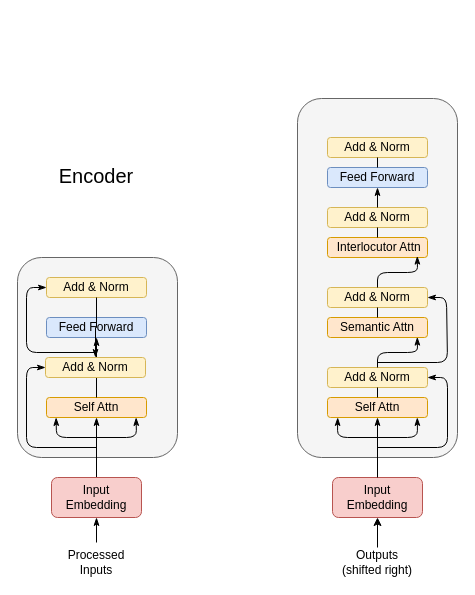
The draw.io diagram Untitled Diagram.drawio in GeiduanLiu/Q-Learning-for-Cartpole-V1, before the edit. Source tidied: cells renumbered, new cells numbered last; positions are measured from the earlier drawing's top-left corner, leaving out a move shared by most shapes. Both pictures are drawn from the tidied source at 100%, with x=0, y=0 at pixel (17, 98).
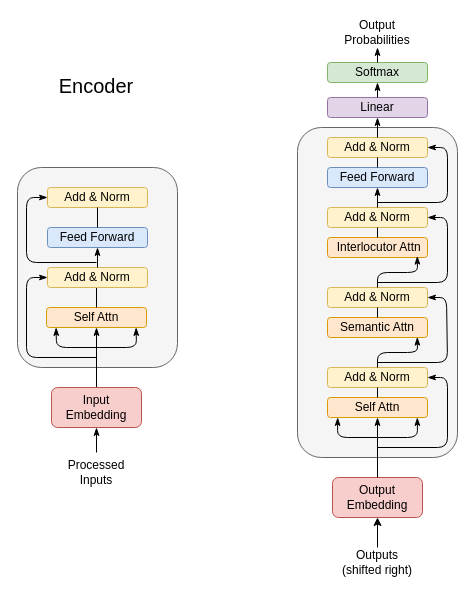
The same diagram, later.

Unchanged cells that the change refers to:
```xml
<mxCell id="26" value="Add &amp;amp; Norm" style="rounded=1;whiteSpace=wrap;html=1;fillColor=#fff2cc;strokeColor=#d6b656;" parent="1" vertex="1">
  <mxGeometry x="310" y="109" width="100" height="20" as="geometry" />
</mxCell>
<mxCell id="28" value="Add &amp;amp; Norm" style="rounded=1;whiteSpace=wrap;html=1;fillColor=#fff2cc;strokeColor=#d6b656;" parent="1" vertex="1">
  <mxGeometry x="310" y="39" width="100" height="20" as="geometry" />
</mxCell>
```

What changed in the source:
```diff
@@
     <mxCell id="2" style="rounded=1;whiteSpace=wrap;html=1;fillColor=#f5f5f5;strokeColor=#666666;fontColor=#333333;" parent="1" vertex="1">
-      <mxGeometry y="159" width="160" height="200" as="geometry" />
+      <mxGeometry y="69" width="160" height="200" as="geometry" />
     </mxCell>
     <mxCell id="3" value="Self Attn" style="rounded=1;whiteSpace=wrap;html=1;fillColor=#ffe6cc;strokeColor=#d79b00;" parent="1" vertex="1">
-      <mxGeometry x="29" y="299" width="100" height="20" as="geometry" />
+      <mxGeometry x="29" y="209" width="100" height="20" as="geometry" />
     </mxCell>
     <mxCell id="4" value="Feed Forward" style="rounded=1;whiteSpace=wrap;html=1;fillColor=#dae8fc;strokeColor=#6c8ebf;" parent="1" vertex="1">
-      <mxGeometry x="29" y="219" width="100" height="20" as="geometry" />
+      <mxGeometry x="30" y="129" width="100" height="20" as="geometry" />
     </mxCell>
-    <mxCell id="5" style="edgeStyle=orthogonalEdgeStyle;rounded=0;jettySize=auto;html=1;fontSize=12;endArrow=classicThin;endFill=1;strokeWidth=1;" parent="1" edge="1" source="6" target="15">
-      <mxGeometry relative="1" as="geometry" />
-    </mxCell>
     <mxCell id="6" value="Add &amp;amp; Norm" style="rounded=1;whiteSpace=wrap;html=1;fillColor=#fff2cc;strokeColor=#d6b656;" parent="1" vertex="1">
-      <mxGeometry x="29" y="179" width="100" height="20" as="geometry" />
+      <mxGeometry x="30" y="89" width="100" height="20" as="geometry" />
     </mxCell>
     <mxCell id="7" style="endArrow=none;html=1;exitX=0.5;exitY=0;exitDx=0;exitDy=0;entryX=0.5;entryY=1;entryDx=0;entryDy=0;" parent="1" edge="1" source="3">
       <mxGeometry relative="1" as="geometry">
-        <mxPoint x="79" y="279" as="targetPoint" />
+        <mxPoint x="79" y="189" as="targetPoint" />
       </mxGeometry>
     </mxCell>
-    <mxCell id="8" style="endArrow=classicThin;html=1;exitX=0.5;exitY=0;exitDx=0;exitDy=0;entryX=0.5;entryY=1;entryDx=0;entryDy=0;endFill=1;" parent="1" edge="1" target="4">
-      <mxGeometry relative="1" as="geometry">
-        <mxPoint x="79" y="259" as="sourcePoint" />
-      </mxGeometry>
-    </mxCell>
@@
     <mxCell id="11" value="Input Embedding" style="rounded=1;whiteSpace=wrap;html=1;fillColor=#f8cecc;strokeColor=#b85450;" parent="1" vertex="1">
-      <mxGeometry x="34" y="379" width="90" height="40" as="geometry" />
+      <mxGeometry x="34" y="289" width="90" height="40" as="geometry" />
     </mxCell>
     <mxCell id="12" style="endArrow=classicThin;html=1;strokeWidth=1;entryX=0.5;entryY=1;entryDx=0;entryDy=0;endFill=1;" parent="1" edge="1" target="11">
       <mxGeometry relative="1" as="geometry">
-        <mxPoint x="79" y="444" as="sourcePoint" />
+        <mxPoint x="79" y="354" as="sourcePoint" />
       </mxGeometry>
     </mxCell>
     <mxCell id="13" value="Processed Inputs" style="text;html=1;strokeColor=none;fillColor=none;align=center;verticalAlign=middle;whiteSpace=wrap;rounded=0;" parent="1" vertex="1">
-      <mxGeometry x="39" y="449" width="80" height="30" as="geometry" />
+      <mxGeometry x="39" y="359" width="80" height="30" as="geometry" />
     </mxCell>
     <mxCell id="14" value="Encoder" style="text;html=1;strokeColor=none;fillColor=none;align=center;verticalAlign=middle;whiteSpace=wrap;rounded=0;fontSize=20;" parent="1" vertex="1">
-      <mxGeometry x="54" y="67" width="50" height="20" as="geometry" />
+      <mxGeometry x="54" y="-23" width="50" height="20" as="geometry" />
     </mxCell>
     <mxCell id="15" value="Add &amp;amp; Norm" style="rounded=1;whiteSpace=wrap;html=1;fillColor=#fff2cc;strokeColor=#d6b656;" parent="1" vertex="1">
-      <mxGeometry x="28" y="259" width="100" height="20" as="geometry" />
+      <mxGeometry x="30" y="169" width="100" height="20" as="geometry" />
     </mxCell>
     <mxCell id="16" style="endArrow=classicThin;html=1;fontSize=12;strokeWidth=1;entryX=0.096;entryY=1;entryDx=0;entryDy=0;entryPerimeter=0;endFill=1;" parent="1" edge="1" target="3">
       <mxGeometry relative="1" as="geometry">
-        <mxPoint x="79" y="339" as="sourcePoint" />
+        <mxPoint x="79" y="249" as="sourcePoint" />
         <Array as="points">
-          <mxPoint x="39" y="339" />
+          <mxPoint x="39" y="249" />
         </Array>
       </mxGeometry>
     </mxCell>
     <mxCell id="17" style="endArrow=classicThin;html=1;fontSize=12;strokeWidth=1;entryX=0.896;entryY=1;entryDx=0;entryDy=0;entryPerimeter=0;endFill=1;" parent="1" edge="1" target="3">
       <mxGeometry relative="1" as="geometry">
-        <mxPoint x="79" y="339" as="sourcePoint" />
+        <mxPoint x="79" y="249" as="sourcePoint" />
         <Array as="points">
-          <mxPoint x="119" y="339" />
+          <mxPoint x="119" y="249" />
         </Array>
       </mxGeometry>
     </mxCell>
     <mxCell id="18" style="endArrow=classicThin;html=1;fontSize=12;strokeWidth=1;entryX=0;entryY=0.5;entryDx=0;entryDy=0;endFill=1;" parent="1" edge="1" target="15">
       <mxGeometry relative="1" as="geometry">
-        <mxPoint x="79" y="349" as="sourcePoint" />
+        <mxPoint x="79" y="259" as="sourcePoint" />
         <Array as="points">
-          <mxPoint x="9" y="349" />
-          <mxPoint x="9" y="269" />
+          <mxPoint x="9" y="259" />
+          <mxPoint x="9" y="179" />
         </Array>
       </mxGeometry>
     </mxCell>
     <mxCell id="19" style="endArrow=classicThin;html=1;fontSize=12;strokeWidth=1;entryX=0;entryY=0.5;entryDx=0;entryDy=0;endFill=1;" parent="1" edge="1" target="6">
       <mxGeometry relative="1" as="geometry">
-        <mxPoint x="79" y="254" as="sourcePoint" />
+        <mxPoint x="79" y="164" as="sourcePoint" />
         <Array as="points">
-          <mxPoint x="9" y="254" />
-          <mxPoint x="9" y="189" />
+          <mxPoint x="9" y="164" />
+          <mxPoint x="9" y="99" />
         </Array>
       </mxGeometry>
     </mxCell>
     <mxCell id="20" style="rounded=1;whiteSpace=wrap;html=1;fillColor=#f5f5f5;strokeColor=#666666;fontColor=#333333;" parent="1" vertex="1">
-      <mxGeometry x="280" width="160" height="359" as="geometry" />
+      <mxGeometry x="280" y="29" width="160" height="330" as="geometry" />
     </mxCell>
@@
-    <mxCell id="35" value="Input Embedding" style="rounded=1;whiteSpace=wrap;html=1;fillColor=#f8cecc;strokeColor=#b85450;" parent="1" vertex="1">
+    <mxCell id="35" value="Output Embedding" style="rounded=1;whiteSpace=wrap;html=1;fillColor=#f8cecc;strokeColor=#b85450;" parent="1" vertex="1">
       <mxGeometry x="315" y="379" width="90" height="40" as="geometry" />
     </mxCell>
@@
+    <mxCell id="44" style="endArrow=classicThin;html=1;fontSize=12;strokeWidth=1;entryX=1;entryY=0.5;entryDx=0;entryDy=0;endFill=1;" parent="1" edge="1" target="26">
+      <mxGeometry relative="1" as="geometry">
+        <mxPoint x="360" y="184" as="sourcePoint" />
+        <Array as="points">
+          <mxPoint x="430" y="184" />
+          <mxPoint x="430" y="119" />
+        </Array>
+      </mxGeometry>
+    </mxCell>
+    <mxCell id="45" style="endArrow=classicThin;html=1;fontSize=12;strokeWidth=1;entryX=1;entryY=0.5;entryDx=0;entryDy=0;endFill=1;" parent="1" edge="1" target="28">
+      <mxGeometry relative="1" as="geometry">
+        <mxPoint x="360" y="104" as="sourcePoint" />
+        <Array as="points">
+          <mxPoint x="430" y="104" />
+          <mxPoint x="430" y="49" />
+        </Array>
+      </mxGeometry>
+    </mxCell>
+    <mxCell id="46" value="Linear" style="rounded=1;whiteSpace=wrap;html=1;fillColor=#e1d5e7;strokeColor=#9673a6;" parent="1" vertex="1">
+      <mxGeometry x="310" y="-1" width="100" height="20" as="geometry" />
+    </mxCell>
+    <mxCell id="47" style="endArrow=classicThin;html=1;fontSize=12;strokeWidth=1;exitX=0.5;exitY=0;exitDx=0;exitDy=0;entryX=0.5;entryY=1;entryDx=0;entryDy=0;endFill=1;" parent="1" edge="1" source="28" target="46">
+      <mxGeometry relative="1" as="geometry" />
+    </mxCell>
+    <mxCell id="48" value="Softmax" style="rounded=1;whiteSpace=wrap;html=1;fillColor=#d5e8d4;strokeColor=#82b366;" parent="1" vertex="1">
+      <mxGeometry x="310" y="-36" width="100" height="20" as="geometry" />
+    </mxCell>
+    <mxCell id="49" style="endArrow=classicThin;html=1;fontSize=12;strokeWidth=1;exitX=0.5;exitY=0;exitDx=0;exitDy=0;entryX=0.5;entryY=1;entryDx=0;entryDy=0;endFill=1;" parent="1" edge="1" source="46" target="48">
+      <mxGeometry relative="1" as="geometry" />
+    </mxCell>
+    <mxCell id="50" value="Output Probabilities" style="text;html=1;strokeColor=none;fillColor=none;align=center;verticalAlign=middle;whiteSpace=wrap;rounded=0;fontSize=12;" parent="1" vertex="1">
+      <mxGeometry x="320" y="-81" width="80" height="30" as="geometry" />
+    </mxCell>
+    <mxCell id="51" style="endArrow=classicThin;html=1;fontSize=12;strokeWidth=1;exitX=0.5;exitY=0;exitDx=0;exitDy=0;entryX=0.5;entryY=1;entryDx=0;entryDy=0;endFill=1;" parent="1" edge="1" source="48" target="50">
+      <mxGeometry relative="1" as="geometry" />
+    </mxCell>
+    <mxCell id="52" style="endArrow=classicThin;html=1;fontSize=12;strokeWidth=1;exitX=0.5;exitY=0;exitDx=0;exitDy=0;entryX=0.5;entryY=1;entryDx=0;entryDy=0;endFill=1;" parent="1" edge="1" source="15" target="4">
+      <mxGeometry relative="1" as="geometry" />
+    </mxCell>
```
